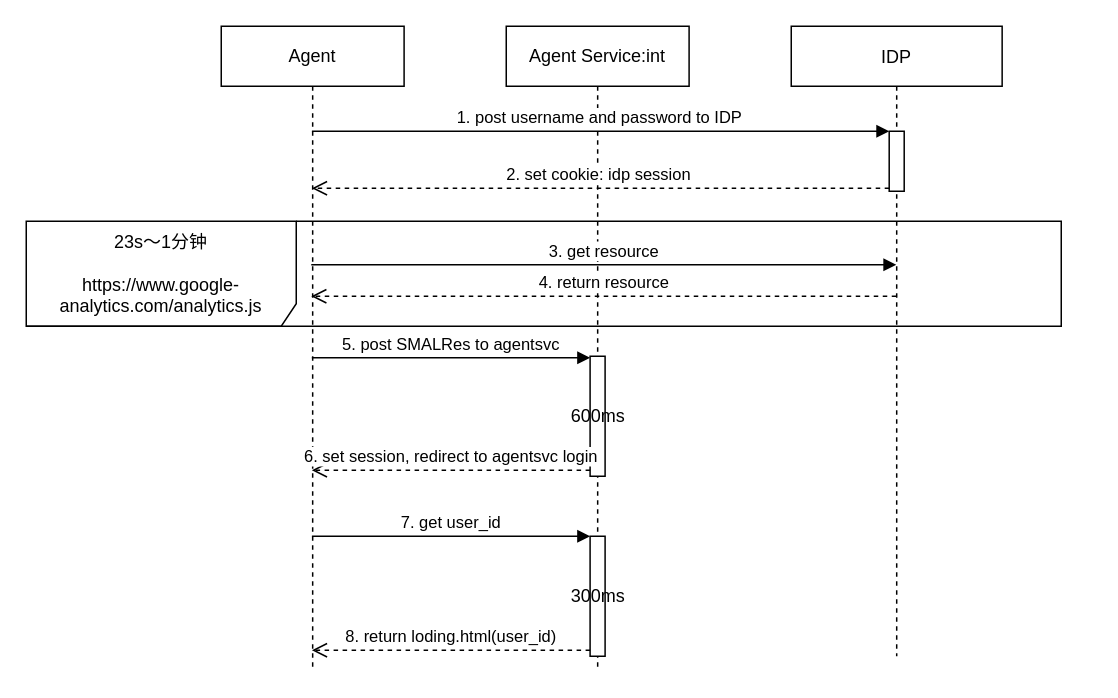
This is page "Page-4" (4 of 4) of drawio/SASEONE Diagram.drawio from yubowen0525/ImageStorage, a draw.io file, before an edit. Source tidied: cells renumbered, new cells numbered last; positions are measured from the earlier drawing's top-left corner, leaving out a move shared by most shapes. Both pictures are drawn from the tidied source at 150%, with x=0, y=0 at pixel (26, 26).
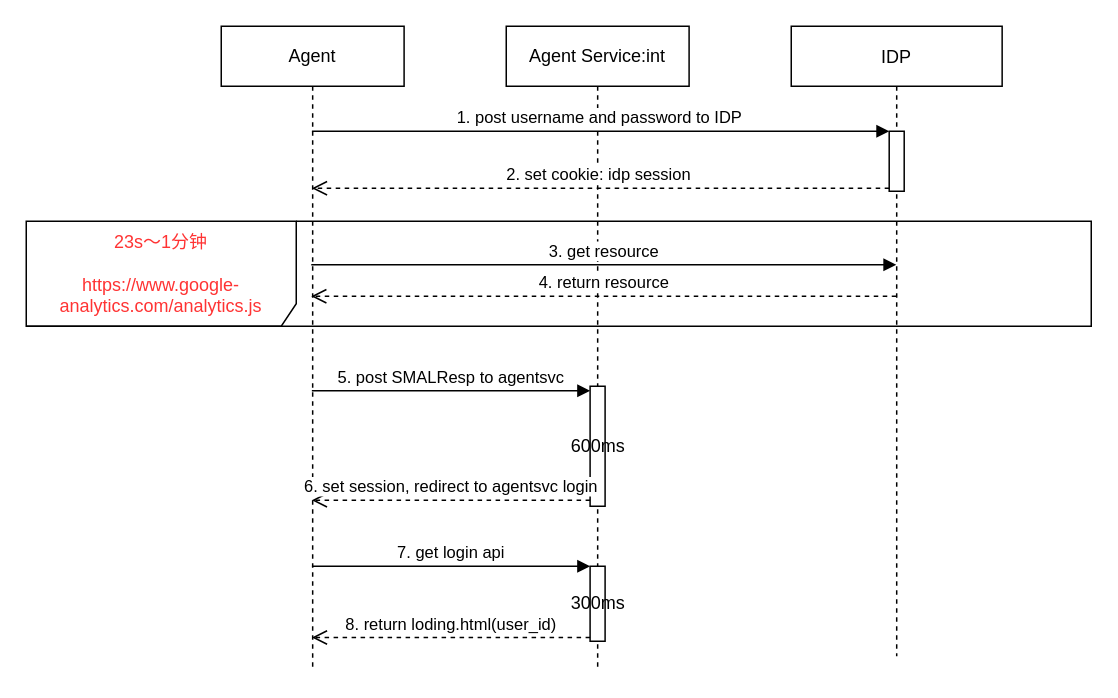
The same diagram, later.

Unchanged cells that the change refers to:
```xml
<mxCell id="2" value="Agent" style="shape=umlLifeline;perimeter=lifelinePerimeter;whiteSpace=wrap;html=1;outlineConnect=0;" parent="1" vertex="1">
  <mxGeometry x="130" width="121.9" height="430" as="geometry" />
</mxCell>
```

Diff of the diagram source:
```diff
@@
     <mxCell id="6" value="600ms" style="html=1;perimeter=orthogonalPerimeter;" parent="1" vertex="1">
-      <mxGeometry x="375.9" y="220" width="10" height="80" as="geometry" />
+      <mxGeometry x="375.9" y="240" width="10" height="80" as="geometry" />
     </mxCell>
-    <mxCell id="7" value="5. post SMALRes to agentsvc" style="html=1;verticalAlign=bottom;endArrow=block;entryX=0;entryY=0;" parent="1" edge="1">
+    <mxCell id="7" value="5. post SMALResp to agentsvc" style="html=1;verticalAlign=bottom;endArrow=block;entryX=0;entryY=0;" parent="1" edge="1">
       <mxGeometry relative="1" as="geometry">
-        <mxPoint x="190.4" y="221" as="sourcePoint" />
-        <mxPoint x="375.9" y="221" as="targetPoint" />
+        <mxPoint x="190.4" y="243" as="sourcePoint" />
+        <mxPoint x="375.9" y="243" as="targetPoint" />
       </mxGeometry>
     </mxCell>
     <mxCell id="8" value="6. set session, redirect to agentsvc login" style="html=1;verticalAlign=bottom;endArrow=open;dashed=1;endSize=8;exitX=0;exitY=0.95;" parent="1" edge="1">
       <mxGeometry relative="1" as="geometry">
-        <mxPoint x="375.9" y="296" as="sourcePoint" />
-        <mxPoint x="190.4" y="296" as="targetPoint" />
+        <mxPoint x="375.9" y="316" as="sourcePoint" />
+        <mxPoint x="190.4" y="316" as="targetPoint" />
       </mxGeometry>
     </mxCell>
@@
     <mxCell id="11" value="300ms" style="html=1;points=[];perimeter=orthogonalPerimeter;" parent="1" vertex="1">
-      <mxGeometry x="375.9" y="340" width="10" height="80" as="geometry" />
+      <mxGeometry x="375.9" y="360" width="10" height="50" as="geometry" />
     </mxCell>
-    <mxCell id="12" value="7. get user_id" style="html=1;verticalAlign=bottom;endArrow=block;" parent="1" edge="1" source="2" target="11">
+    <mxCell id="12" value="7. get login api" style="html=1;verticalAlign=bottom;endArrow=block;" parent="1" edge="1" source="2" target="11">
       <mxGeometry relative="1" as="geometry" />
     </mxCell>
@@
-    <mxCell id="14" value="23s～1分钟&lt;br&gt;&lt;br&gt;https://www.google-analytics.com/analytics.js" style="shape=umlFrame;whiteSpace=wrap;html=1;width=180;height=70;" parent="1" vertex="1">
-      <mxGeometry y="130" width="690" height="70" as="geometry" />
+    <mxCell id="14" value="&lt;font color=&quot;#ff3333&quot;&gt;23s～1分钟&lt;br&gt;&lt;br&gt;https://www.google-analytics.com/analytics.js&lt;/font&gt;" style="shape=umlFrame;whiteSpace=wrap;html=1;width=180;height=70;" parent="1" vertex="1">
+      <mxGeometry y="130" width="710" height="70" as="geometry" />
     </mxCell>
```
